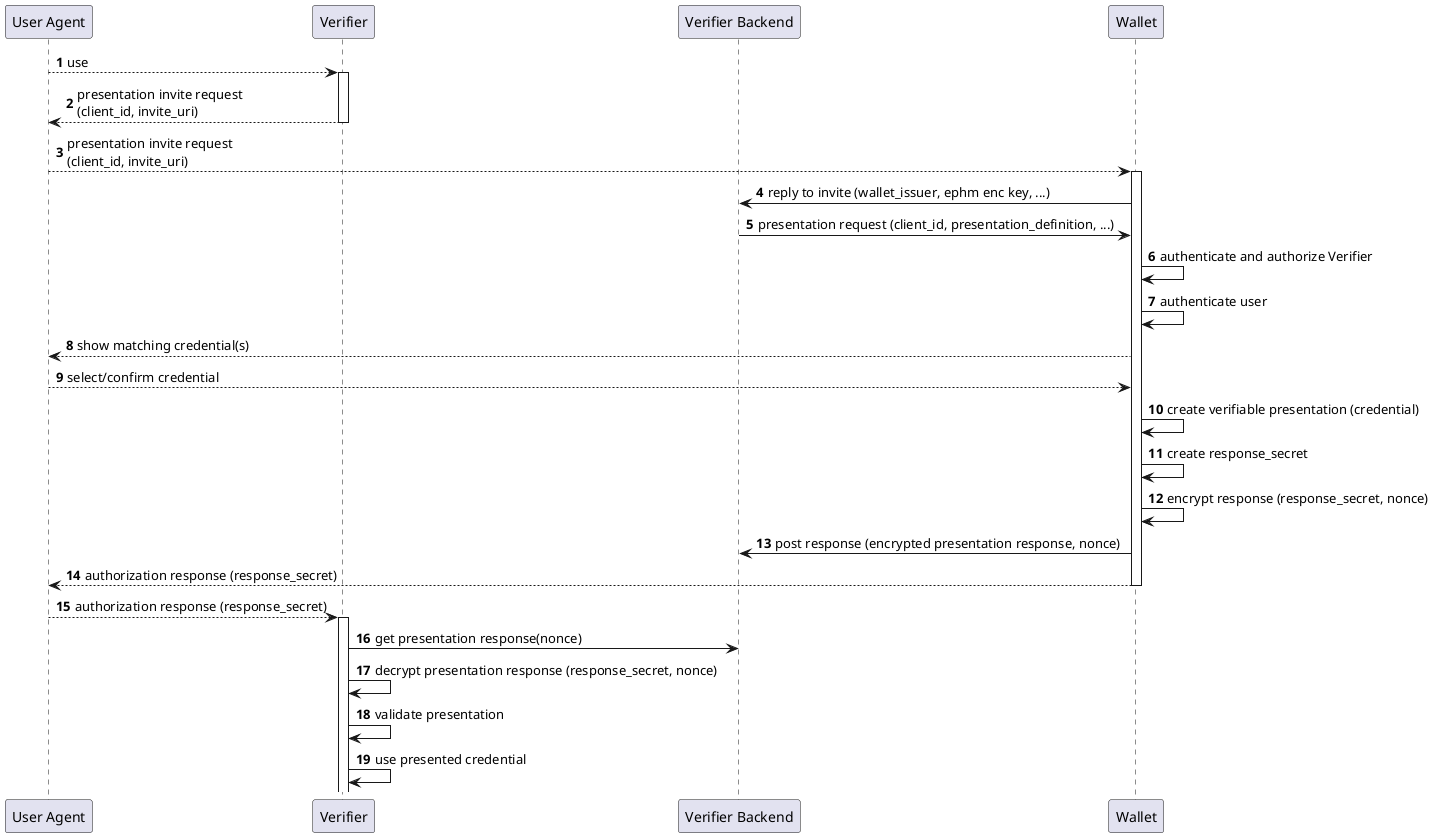
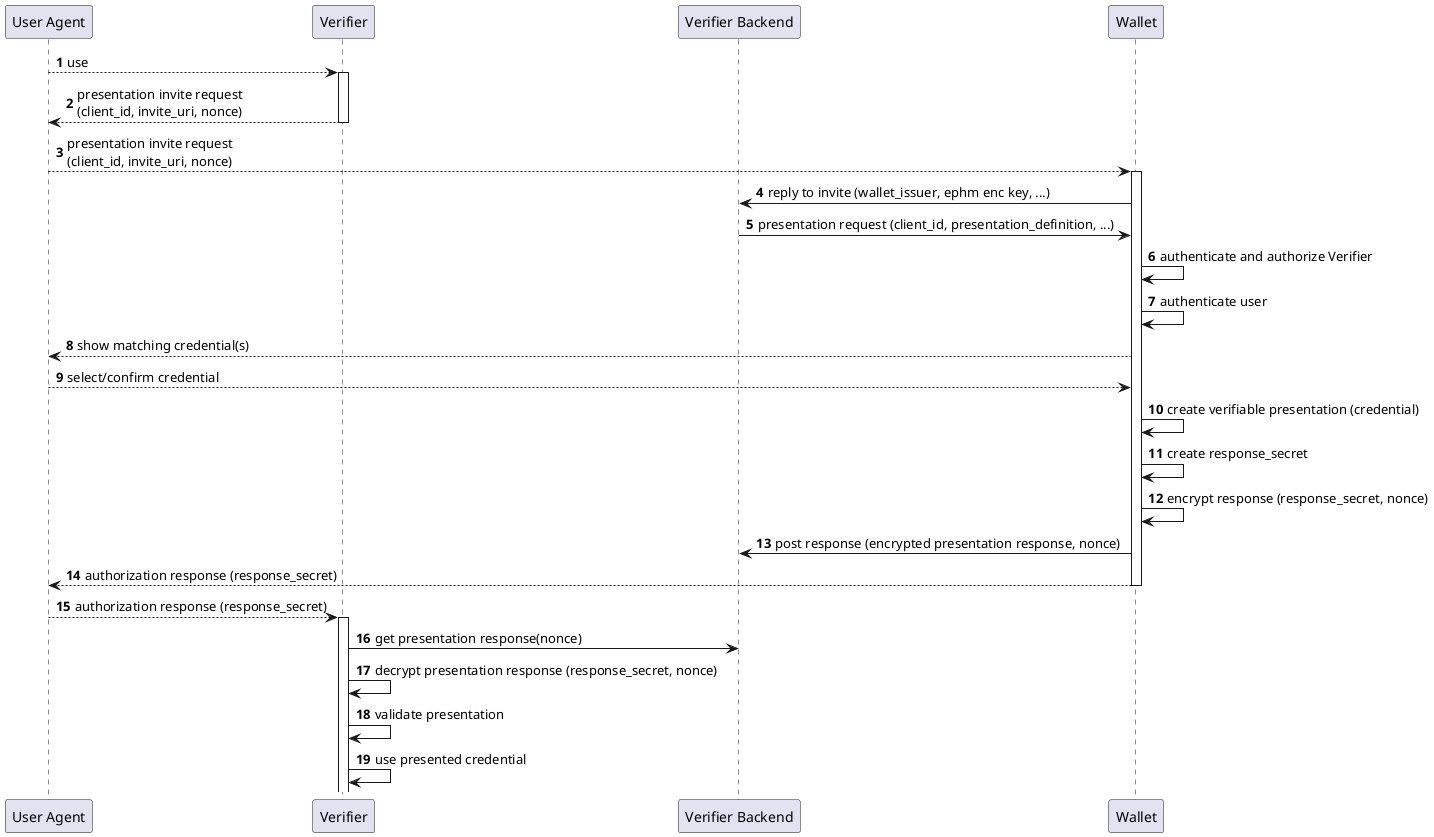
@startuml

autonumber

participant "User Agent" as u

participant "Verifier" as r

participant "Verifier Backend" as rb

participant "Wallet" as w

u --> r : use
activate r
- r --> u: presentation invite request\n(client_id, invite_uri)
+ r --> u: presentation invite request\n(client_id, invite_uri, nonce)
deactivate r
- u --> w: presentation invite request\n(client_id, invite_uri)
+ u --> w: presentation invite request\n(client_id, invite_uri, nonce)
activate w
w -> rb: reply to invite (wallet_issuer, ephm enc key, ...)
rb -> w: presentation request (client_id, presentation_definition, ...)
w -> w: authenticate and authorize Verifier
w -> w: authenticate user

w --> u: show matching credential(s)
u --> w: select/confirm credential
w -> w: create verifiable presentation (credential)
w -> w: create response_secret
w -> w: encrypt response (response_secret, nonce)
w -> rb: post response (encrypted presentation response, nonce)
w --> u: authorization response (response_secret)
deactivate w
u --> r: authorization response (response_secret)
activate r
r -> rb: get presentation response(nonce)
r -> r: decrypt presentation response (response_secret, nonce)
r -> r: validate presentation
r -> r: use presented credential
@enduml